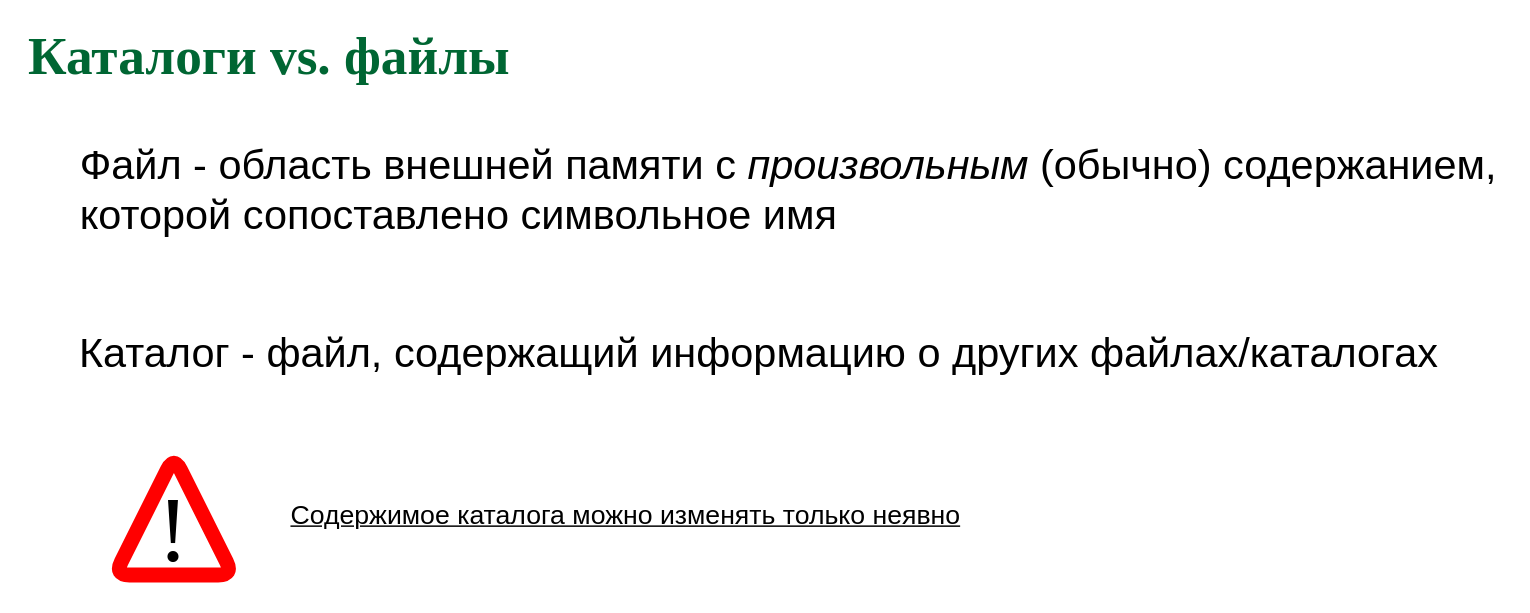
The draw.io diagram page "dirfi" (3 of 19) of slides/extsto.drawio in 77maxikov/os_course, before the edit. Source tidied: cells renumbered, new cells numbered last; positions are measured from the earlier drawing's top-left corner, leaving out a move shared by most shapes. Both pictures are drawn from the tidied source at 148%, with x=0, y=0 at pixel (25, 41).
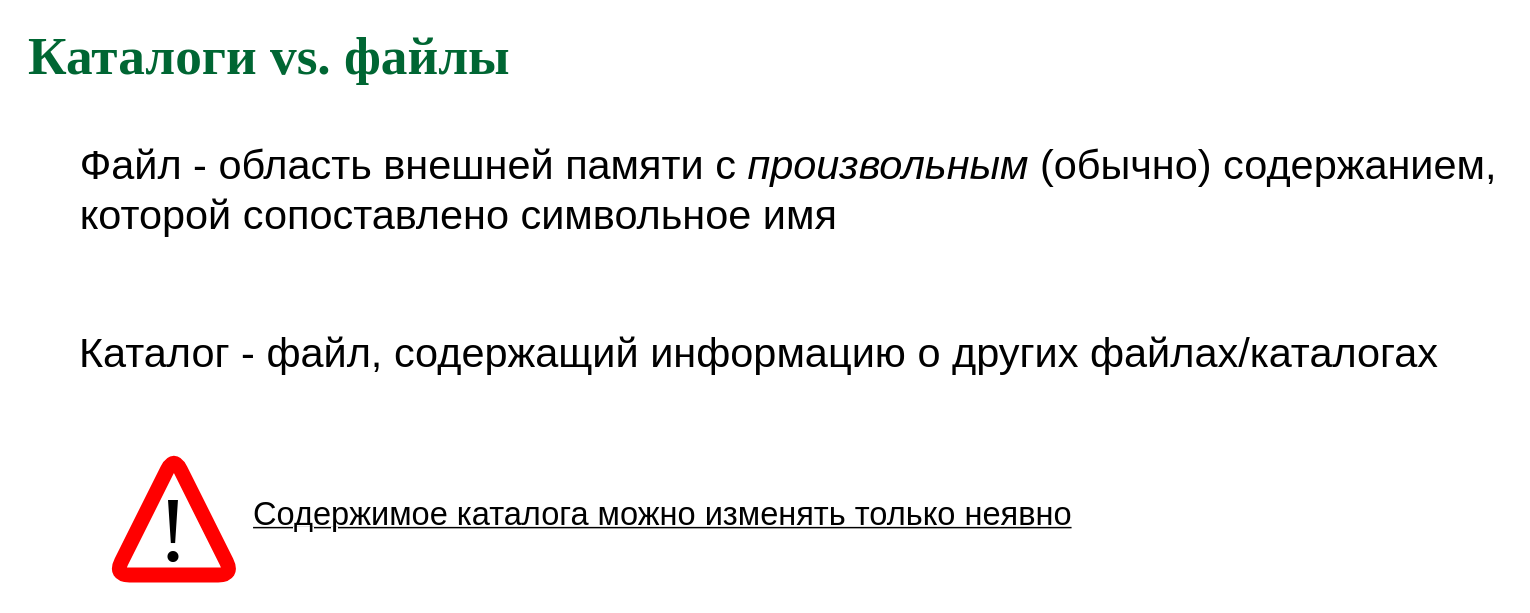
The same page after the edit.

Change to the diagram source:
```diff
@@
 <mxGraphModel>
   <root>
     <mxCell id="0" />
     <mxCell id="1" parent="0" />
     <mxCell id="2" value="&lt;font color=&quot;#006633&quot; face=&quot;garamond&quot;&gt;&lt;span style=&quot;font-size: 36px&quot;&gt;&lt;b&gt;Каталоги vs. файлы&lt;/b&gt;&lt;/span&gt;&lt;/font&gt;" style="text;html=1;align=left;verticalAlign=middle;whiteSpace=wrap;rounded=0;" parent="1" vertex="1">
       <mxGeometry width="920" height="20" as="geometry" />
     </mxCell>
     <mxCell id="3" value="&lt;font style=&quot;font-size: 28px&quot;&gt;Файл - область внешней памяти с &lt;i&gt;произвольным &lt;/i&gt;(обычно)&amp;nbsp;содержанием, &lt;br&gt;&lt;div style=&quot;text-align: left&quot;&gt;&lt;span&gt;которой сопоставлено символьное имя&lt;/span&gt;&lt;/div&gt;&lt;/font&gt;" style="text;html=1;align=center;verticalAlign=middle;" parent="1" vertex="1">
       <mxGeometry x="30" y="80" width="970" height="40" as="geometry" />
     </mxCell>
     <mxCell id="4" value="&lt;font style=&quot;font-size: 28px&quot;&gt;Каталог - файл, содержащий информацию о других файлах/каталогах&lt;/font&gt;" style="text;html=1;align=center;verticalAlign=middle;" parent="1" vertex="1">
       <mxGeometry x="30" y="200" width="930" height="20" as="geometry" />
     </mxCell>
-    <mxCell id="5" value="&lt;span style=&quot;font-size: 18px&quot;&gt;Содержимое каталога можно изменять только неявно&lt;/span&gt;" style="text;html=1;align=center;verticalAlign=middle;fontStyle=4;" parent="1" vertex="1">
-      <mxGeometry x="170" y="310" width="470" height="20" as="geometry" />
+    <mxCell id="5" value="&lt;font style=&quot;font-size: 22px;&quot;&gt;Содержимое каталога можно изменять только неявно&lt;/font&gt;" style="text;html=1;align=center;verticalAlign=middle;fontStyle=4;" parent="1" vertex="1">
+      <mxGeometry x="140" y="300" width="580" height="40" as="geometry" />
     </mxCell>
     <mxCell id="6" style="group;" parent="1" vertex="1">
       <mxGeometry x="60" y="280" width="80" height="80" as="geometry" />
     </mxCell>
     <mxCell id="7" style="endArrow=none;html=1;strokeWidth=10;strokeColor=#FF0000;jumpStyle=arc;" parent="6" edge="1">
       <mxGeometry relative="1" as="geometry">
         <mxPoint x="40" y="80" as="sourcePoint" />
         <mxPoint x="40" y="80" as="targetPoint" />
         <Array as="points">
           <mxPoint y="80" />
           <mxPoint x="40" />
           <mxPoint x="80" y="80" />
         </Array>
       </mxGeometry>
     </mxCell>
     <mxCell id="8" value="&lt;font style=&quot;font-size: 63px&quot;&gt;!&lt;/font&gt;" style="text;html=1;strokeColor=none;fillColor=none;align=center;verticalAlign=middle;whiteSpace=wrap;rounded=0;fontFamily=Times New Roman;" parent="6" vertex="1">
       <mxGeometry x="20" y="40" width="40" height="20" as="geometry" />
     </mxCell>
   </root>
 </mxGraphModel>
```
